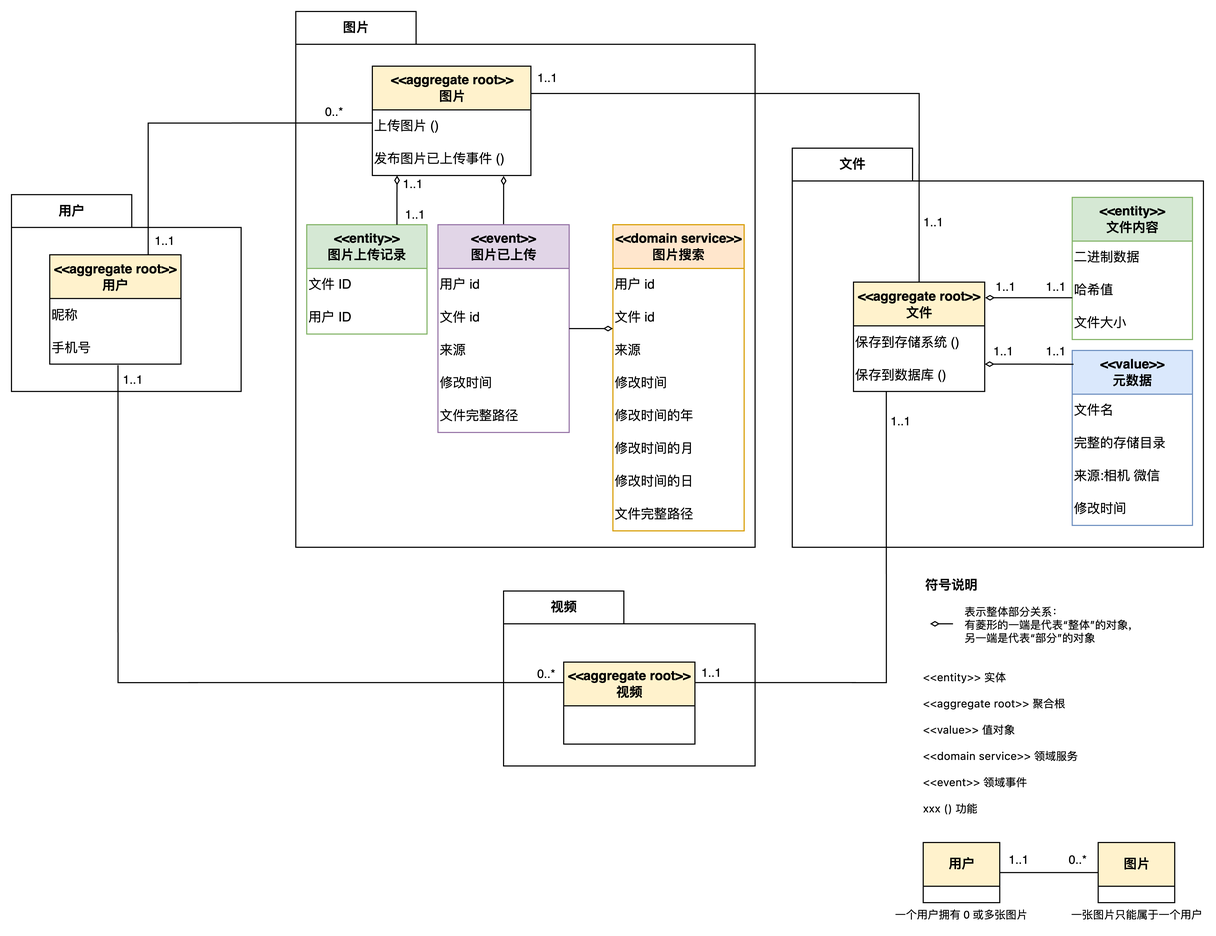
Above: docs/images/领域模型.png in aoeai/aoemedia-server (draw.io), before the change. Source tidied: cells renumbered, new cells last; positions are measured from the earlier drawing's top-left corner, leaving out a move shared by most shapes.
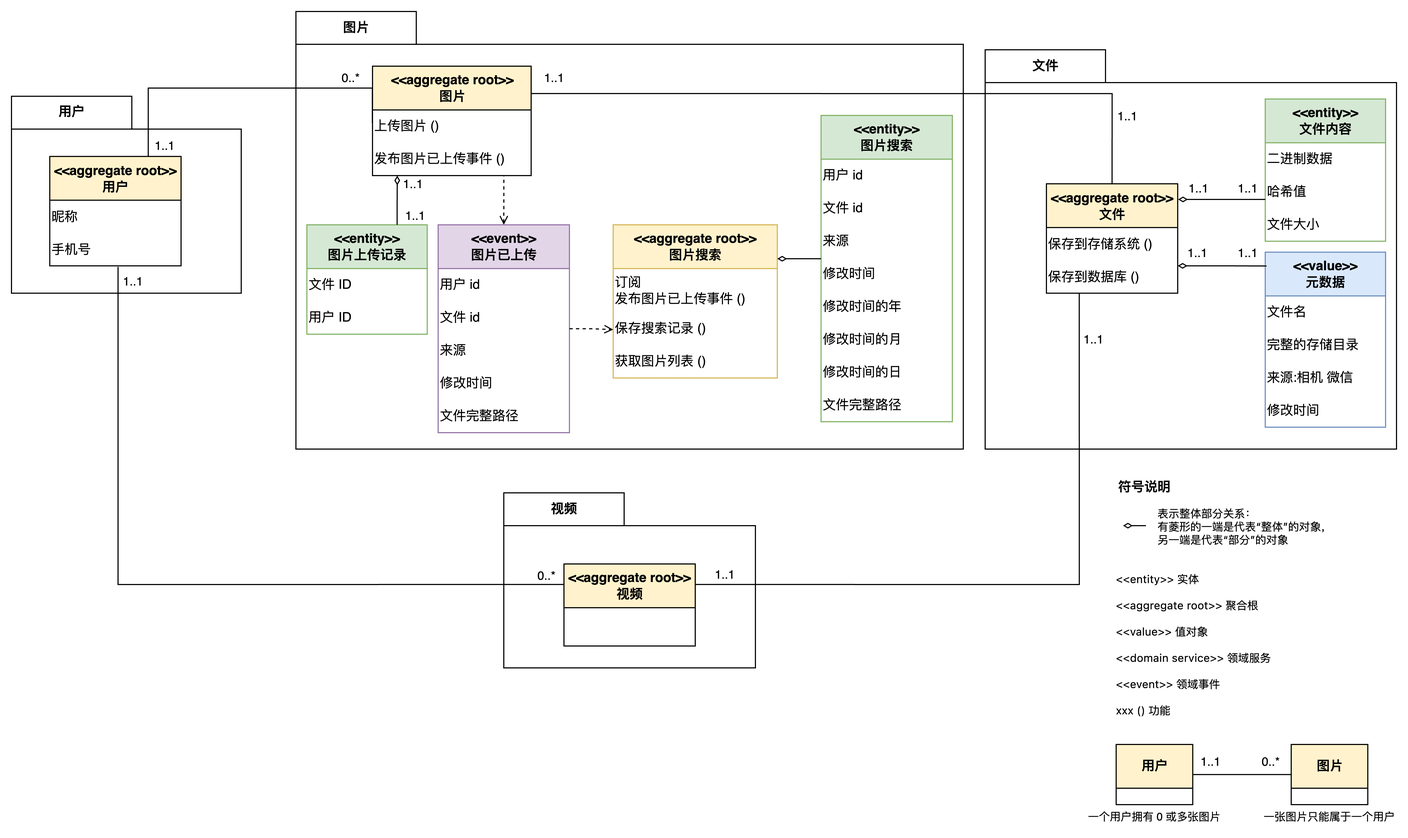
Above is the later version.

Diff of the diagram source:
```diff
@@ -3,13 +3,13 @@
     <mxCell id="0" />
     <mxCell id="1" parent="0" />
     <mxCell id="2" value="图片" style="shape=folder;fontStyle=1;tabWidth=110;tabHeight=30;tabPosition=left;html=1;boundedLbl=1;labelInHeader=1;fontSize=12;" parent="1" vertex="1">
-      <mxGeometry x="260" width="420" height="490" as="geometry" />
+      <mxGeometry x="84" y="90" width="610" height="400" as="geometry" />
     </mxCell>
     <mxCell id="3" value="文件" style="shape=folder;fontStyle=1;tabWidth=110;tabHeight=30;tabPosition=left;html=1;boundedLbl=1;labelInHeader=1;fontSize=12;" parent="1" vertex="1">
       <mxGeometry x="714" y="125" width="376" height="365" as="geometry" />
     </mxCell>
     <mxCell id="4" value="视频" style="shape=folder;fontStyle=1;tabWidth=110;tabHeight=30;tabPosition=left;html=1;boundedLbl=1;labelInHeader=1;fontSize=12;" parent="1" vertex="1">
-      <mxGeometry x="450" y="530" width="230" height="160" as="geometry" />
+      <mxGeometry x="274" y="530" width="230" height="160" as="geometry" />
     </mxCell>
     <mxCell id="5" style="html=1;strokeColor=none;fillColor=none;fontSize=12;rotation=90;" parent="4" vertex="1">
       <mxGeometry width="230" height="112" relative="1" as="geometry">
@@ -46,12 +46,12 @@
       </mxGeometry>
     </mxCell>
     <mxCell id="13" value="用户" style="shape=folder;fontStyle=1;tabWidth=110;tabHeight=30;tabPosition=left;html=1;boundedLbl=1;labelInHeader=1;fontSize=12;" parent="1" vertex="1">
-      <mxGeometry y="167.5" width="210" height="180" as="geometry" />
+      <mxGeometry x="-176" y="167.5" width="210" height="180" as="geometry" />
     </mxCell>
     <mxCell id="14" style="edgeStyle=orthogonalEdgeStyle;rounded=0;jettySize=auto;html=1;exitX=0;exitY=0.25;exitDx=0;exitDy=0;entryX=0.52;entryY=1.03;entryDx=0;entryDy=0;entryPerimeter=0;endArrow=none;endFill=0;startFill=0;" parent="1" edge="1" source="6" target="19">
       <mxGeometry relative="1" as="geometry">
         <Array as="points">
-          <mxPoint x="97" y="614" />
+          <mxPoint x="-79" y="614" />
         </Array>
       </mxGeometry>
     </mxCell>
@@ -66,7 +66,7 @@
       </mxGeometry>
     </mxCell>
     <mxCell id="17" value="&lt;div style=&quot;&quot;&gt;&lt;span style=&quot;color: light-dark(rgb(0, 0, 0), rgb(255, 255, 255)); background-color: rgb(255, 243, 204);&quot;&gt;&lt;b&gt;&amp;lt;&amp;lt;aggregate root&lt;/b&gt;&lt;/span&gt;&lt;b style=&quot;background-color: transparent; color: light-dark(rgb(0, 0, 0), rgb(255, 255, 255));&quot;&gt;&amp;gt;&amp;gt;&lt;/b&gt;&lt;/div&gt;&lt;div style=&quot;&quot;&gt;&lt;b style=&quot;background-color: transparent; color: light-dark(rgb(0, 0, 0), rgb(255, 255, 255));&quot;&gt;用户&lt;/b&gt;&lt;br&gt;&lt;/div&gt;" style="swimlane;fontStyle=0;align=center;verticalAlign=middle;horizontal=1;startSize=40;html=1;fillColor=#fff2cc;strokeColor=#000000;" parent="1" vertex="1">
-      <mxGeometry x="35" y="222.5" width="120" height="100" as="geometry" />
+      <mxGeometry x="-141" y="222.5" width="120" height="100" as="geometry" />
     </mxCell>
     <mxCell id="18" value="昵称" style="text;html=1;align=left;verticalAlign=middle;strokeColor=none;fillColor=none;" parent="17" vertex="1">
       <mxGeometry y="40" width="120" height="30" as="geometry" />
@@ -74,11 +74,11 @@
     <mxCell id="19" value="手机号" style="text;html=1;align=left;verticalAlign=middle;points=[];strokeColor=none;fillColor=none;" parent="17" vertex="1">
       <mxGeometry y="70" width="120" height="30" as="geometry" />
     </mxCell>
-    <mxCell id="20" style="edgeStyle=orthogonalEdgeStyle;rounded=0;jettySize=auto;html=1;exitX=0.5;exitY=0;exitDx=0;exitDy=0;entryX=0.828;entryY=1.013;entryDx=0;entryDy=0;endArrow=diamondThin;endFill=0;strokeWidth=1;entryPerimeter=0;" parent="1" edge="1" source="21" target="29">
+    <mxCell id="20" style="edgeStyle=orthogonalEdgeStyle;rounded=0;jettySize=auto;html=1;exitX=0.5;exitY=0;exitDx=0;exitDy=0;entryX=0.828;entryY=1.013;entryDx=0;entryDy=0;endArrow=none;endFill=0;strokeWidth=1;entryPerimeter=0;startFill=0;dashed=1;startArrow=open;" parent="1" edge="1" source="21" target="29">
       <mxGeometry relative="1" as="geometry" />
     </mxCell>
     <mxCell id="21" value="&lt;div style=&quot;&quot;&gt;&lt;span style=&quot;background-color: transparent;&quot;&gt;&lt;b&gt;&amp;lt;&amp;lt;event&amp;gt;&amp;gt;&lt;/b&gt;&lt;/span&gt;&lt;/div&gt;&lt;div style=&quot;&quot;&gt;&lt;b style=&quot;background-color: transparent; color: light-dark(rgb(0, 0, 0), rgb(255, 255, 255));&quot;&gt;图片已上传&lt;/b&gt;&lt;/div&gt;" style="swimlane;fontStyle=0;align=center;verticalAlign=middle;horizontal=1;startSize=40;html=1;fillColor=#e1d5e7;strokeColor=#9673a6;" parent="1" vertex="1">
-      <mxGeometry x="390" y="195" width="120" height="190" as="geometry" />
+      <mxGeometry x="214" y="285" width="120" height="190" as="geometry" />
     </mxCell>
     <mxCell id="22" value="用户 id" style="text;html=1;align=left;verticalAlign=middle;strokeColor=none;fillColor=none;" parent="21" vertex="1">
       <mxGeometry y="40" width="120" height="30" as="geometry" />
@@ -96,7 +96,7 @@
       <mxGeometry y="160" width="120" height="30" as="geometry" />
     </mxCell>
     <mxCell id="27" value="&lt;div style=&quot;&quot;&gt;&lt;div&gt;&lt;span style=&quot;color: light-dark(rgb(0, 0, 0), rgb(255, 255, 255)); background-color: rgb(255, 243, 204);&quot;&gt;&lt;b&gt;&amp;lt;&amp;lt;aggregate root&lt;/b&gt;&lt;/span&gt;&lt;b style=&quot;background-color: transparent; color: light-dark(rgb(0, 0, 0), rgb(255, 255, 255));&quot;&gt;&amp;gt;&amp;gt;&lt;/b&gt;&lt;/div&gt;&lt;div&gt;&lt;b style=&quot;color: light-dark(rgb(0, 0, 0), rgb(255, 255, 255));&quot;&gt;图片&lt;/b&gt;&lt;br&gt;&lt;/div&gt;&lt;/div&gt;" style="swimlane;fontStyle=0;align=center;verticalAlign=middle;horizontal=1;startSize=40;html=1;fillColor=#FFF2CC;strokeColor=#000000;" parent="1" vertex="1">
-      <mxGeometry x="330" y="50" width="145" height="100" as="geometry" />
+      <mxGeometry x="154" y="140" width="145" height="100" as="geometry" />
     </mxCell>
     <mxCell id="28" value="上传图片 ()" style="text;html=1;align=left;verticalAlign=middle;whiteSpace=wrap;rounded=0;" parent="27" vertex="1">
       <mxGeometry y="40" width="145" height="30" as="geometry" />
@@ -104,33 +104,18 @@
     <mxCell id="29" value="发布图片已上传事件 ()" style="text;html=1;align=left;verticalAlign=middle;whiteSpace=wrap;rounded=0;" parent="27" vertex="1">
       <mxGeometry y="70" width="145" height="30" as="geometry" />
     </mxCell>
-    <mxCell id="30" value="&lt;div style=&quot;&quot;&gt;&lt;b&gt;&amp;lt;&amp;lt;domain service&amp;gt;&amp;gt;&lt;/b&gt;&lt;/div&gt;&lt;div style=&quot;&quot;&gt;&lt;span style=&quot;font-weight: 700;&quot;&gt;图片搜索&lt;/span&gt;&lt;br&gt;&lt;/div&gt;" style="swimlane;fontStyle=0;align=center;verticalAlign=middle;horizontal=1;startSize=40;html=1;fillColor=#ffe6cc;strokeColor=#d79b00;" parent="1" vertex="1">
-      <mxGeometry x="550" y="195" width="120" height="280" as="geometry" />
+    <mxCell id="30" value="&lt;div style=&quot;&quot;&gt;&lt;b&gt;&amp;lt;&amp;lt;&lt;/b&gt;&lt;b&gt;aggregate root&lt;/b&gt;&lt;b&gt;&amp;gt;&amp;gt;&lt;/b&gt;&lt;/div&gt;&lt;div style=&quot;&quot;&gt;&lt;span style=&quot;font-weight: 700;&quot;&gt;图片搜索&lt;/span&gt;&lt;br&gt;&lt;/div&gt;" style="swimlane;fontStyle=0;align=center;verticalAlign=middle;horizontal=1;startSize=40;html=1;fillColor=#fff2cc;strokeColor=#d6b656;" parent="1" vertex="1">
+      <mxGeometry x="374" y="285" width="150" height="140" as="geometry" />
     </mxCell>
-    <mxCell id="31" value="用户 id" style="text;html=1;align=left;verticalAlign=middle;strokeColor=none;fillColor=none;" parent="30" vertex="1">
-      <mxGeometry y="40" width="120" height="30" as="geometry" />
+    <mxCell id="31" value="订阅&lt;div&gt;发&lt;span style=&quot;background-color: transparent; color: light-dark(rgb(0, 0, 0), rgb(255, 255, 255));&quot;&gt;布图片已上传事件 ()&lt;/span&gt;&lt;/div&gt;" style="text;html=1;align=left;verticalAlign=middle;strokeColor=none;fillColor=none;" parent="30" vertex="1">
+      <mxGeometry y="40" width="150" height="40" as="geometry" />
     </mxCell>
-    <mxCell id="32" value="文件 id" style="text;html=1;align=left;verticalAlign=middle;points=[];strokeColor=none;fillColor=none;" parent="30" vertex="1">
-      <mxGeometry y="70" width="120" height="30" as="geometry" />
+    <mxCell id="32" value="保存搜索记录 ()" style="text;html=1;align=left;verticalAlign=middle;points=[];strokeColor=none;fillColor=none;" parent="30" vertex="1">
+      <mxGeometry y="80" width="150" height="30" as="geometry" />
     </mxCell>
-    <mxCell id="33" value="来源" style="text;html=1;align=left;verticalAlign=middle;strokeColor=none;fillColor=none;" parent="30" vertex="1">
-      <mxGeometry y="100" width="120" height="30" as="geometry" />
+    <mxCell id="33" value="获取图片列表 ()" style="text;html=1;align=left;verticalAlign=middle;strokeColor=none;fillColor=none;" parent="30" vertex="1">
+      <mxGeometry y="110" width="150" height="30" as="geometry" />
     </mxCell>
-    <mxCell id="34" value="修改时间" style="text;html=1;align=left;verticalAlign=middle;strokeColor=none;fillColor=none;" parent="30" vertex="1">
-      <mxGeometry y="130" width="120" height="30" as="geometry" />
-    </mxCell>
-    <mxCell id="35" value="修改时间的年" style="text;html=1;align=left;verticalAlign=middle;strokeColor=none;fillColor=none;" parent="30" vertex="1">
-      <mxGeometry y="160" width="120" height="30" as="geometry" />
-    </mxCell>
-    <mxCell id="36" value="修改时间的月" style="text;html=1;align=left;verticalAlign=middle;strokeColor=none;fillColor=none;" parent="30" vertex="1">
-      <mxGeometry y="190" width="120" height="30" as="geometry" />
-    </mxCell>
-    <mxCell id="37" value="修改时间的日" style="text;html=1;align=left;verticalAlign=middle;strokeColor=none;fillColor=none;" parent="30" vertex="1">
-      <mxGeometry y="220" width="120" height="30" as="geometry" />
-    </mxCell>
-    <mxCell id="38" value="文件完整路径" style="text;html=1;align=left;verticalAlign=middle;strokeColor=none;fillColor=none;" parent="30" vertex="1">
-      <mxGeometry y="250" width="120" height="30" as="geometry" />
-    </mxCell>
     <mxCell id="39" style="edgeStyle=orthogonalEdgeStyle;rounded=0;orthogonalLoop=1;jettySize=auto;html=1;endArrow=none;startFill=0;startArrow=diamondThin;targetPerimeterSpacing=0;sourcePerimeterSpacing=0;exitX=1.003;exitY=0.488;exitDx=0;exitDy=0;exitPerimeter=0;" parent="1" edge="1">
       <mxGeometry relative="1" as="geometry">
         <mxPoint x="840" y="560" as="sourcePoint" />
@@ -234,7 +219,7 @@
       </mxGeometry>
     </mxCell>
     <mxCell id="68" value="&lt;div style=&quot;&quot;&gt;&lt;b style=&quot;color: light-dark(rgb(0, 0, 0), rgb(255, 255, 255));&quot;&gt;&amp;lt;&amp;lt;entity&amp;gt;&amp;gt;&lt;/b&gt;&lt;/div&gt;&lt;div style=&quot;&quot;&gt;&lt;b style=&quot;color: light-dark(rgb(0, 0, 0), rgb(255, 255, 255));&quot;&gt;图片上传记录&lt;/b&gt;&lt;br&gt;&lt;/div&gt;" style="swimlane;fontStyle=0;align=center;verticalAlign=middle;horizontal=1;startSize=40;html=1;fillColor=#d5e8d4;strokeColor=#82b366;" parent="1" vertex="1">
-      <mxGeometry x="270" y="195" width="110" height="100" as="geometry" />
+      <mxGeometry x="94" y="285" width="110" height="100" as="geometry" />
     </mxCell>
     <mxCell id="69" value="文件 ID" style="text;html=1;align=left;verticalAlign=middle;strokeColor=none;fillColor=none;" parent="68" vertex="1">
       <mxGeometry y="40" width="110" height="30" as="geometry" />
@@ -256,11 +241,16 @@
       </mxGeometry>
     </mxCell>
     <mxCell id="74" style="edgeStyle=orthogonalEdgeStyle;rounded=0;jettySize=auto;html=1;exitX=0.75;exitY=0;exitDx=0;exitDy=0;endArrow=none;startFill=0;entryX=-0.001;entryY=0.4;entryDx=0;entryDy=0;entryPerimeter=0;" parent="1" edge="1" source="17" target="28">
-      <mxGeometry relative="1" as="geometry" />
+      <mxGeometry relative="1" as="geometry">
+        <Array as="points">
+          <mxPoint x="-51" y="160" />
+          <mxPoint x="154" y="160" />
+        </Array>
+      </mxGeometry>
     </mxCell>
     <mxCell id="75" value="0..*" style="edgeLabel;html=1;align=center;verticalAlign=middle;" parent="74" vertex="1">
       <mxGeometry x="0.79" relative="1" as="geometry">
-        <mxPoint y="-10" as="offset" />
+        <mxPoint x="-20" y="-10" as="offset" />
       </mxGeometry>
     </mxCell>
     <mxCell id="76" value="1..1" style="edgeLabel;html=1;align=center;verticalAlign=middle;" parent="74" vertex="1">
@@ -268,8 +258,44 @@
         <mxPoint x="17" y="28" as="offset" />
       </mxGeometry>
     </mxCell>
-    <mxCell id="77" style="edgeStyle=orthogonalEdgeStyle;rounded=0;jettySize=auto;html=1;entryX=0;entryY=0.833;entryDx=0;entryDy=0;entryPerimeter=0;endArrow=diamondThin;endFill=0;" parent="1" edge="1" source="21" target="32">
+    <mxCell id="77" style="edgeStyle=orthogonalEdgeStyle;rounded=0;jettySize=auto;html=1;entryX=0;entryY=0.525;entryDx=0;entryDy=0;entryPerimeter=0;endArrow=open;endFill=0;dashed=1;" parent="1" edge="1" source="21" target="32">
       <mxGeometry relative="1" as="geometry" />
     </mxCell>
+    <mxCell id="78" value="&lt;div style=&quot;&quot;&gt;&lt;b&gt;&amp;lt;&amp;lt;&lt;/b&gt;&lt;b&gt;entity&lt;/b&gt;&lt;b&gt;&amp;gt;&amp;gt;&lt;/b&gt;&lt;/div&gt;&lt;div style=&quot;&quot;&gt;&lt;span style=&quot;font-weight: 700;&quot;&gt;图片搜索&lt;/span&gt;&lt;br&gt;&lt;/div&gt;" style="swimlane;fontStyle=0;align=center;verticalAlign=middle;horizontal=1;startSize=40;html=1;fillColor=#d5e8d4;strokeColor=#82b366;" parent="1" vertex="1">
+      <mxGeometry x="564" y="185" width="120" height="280" as="geometry" />
+    </mxCell>
+    <mxCell id="79" value="用户 id" style="text;html=1;align=left;verticalAlign=middle;strokeColor=none;fillColor=none;" parent="78" vertex="1">
+      <mxGeometry y="40" width="120" height="30" as="geometry" />
+    </mxCell>
+    <mxCell id="80" value="文件 id" style="text;html=1;align=left;verticalAlign=middle;strokeColor=none;fillColor=none;" parent="78" vertex="1">
+      <mxGeometry y="70" width="120" height="30" as="geometry" />
+    </mxCell>
+    <mxCell id="81" value="来源" style="text;html=1;align=left;verticalAlign=middle;strokeColor=none;fillColor=none;" parent="78" vertex="1">
+      <mxGeometry y="100" width="120" height="30" as="geometry" />
+    </mxCell>
+    <mxCell id="34" value="修改时间" style="text;html=1;align=left;verticalAlign=middle;strokeColor=none;fillColor=none;" parent="78" vertex="1">
+      <mxGeometry y="130" width="120" height="30" as="geometry" />
+    </mxCell>
+    <mxCell id="35" value="修改时间的年" style="text;html=1;align=left;verticalAlign=middle;strokeColor=none;fillColor=none;" parent="78" vertex="1">
+      <mxGeometry y="160" width="120" height="30" as="geometry" />
+    </mxCell>
+    <mxCell id="36" value="修改时间的月" style="text;html=1;align=left;verticalAlign=middle;strokeColor=none;fillColor=none;" parent="78" vertex="1">
+      <mxGeometry y="190" width="120" height="30" as="geometry" />
+    </mxCell>
+    <mxCell id="37" value="修改时间的日" style="text;html=1;align=left;verticalAlign=middle;strokeColor=none;fillColor=none;" parent="78" vertex="1">
+      <mxGeometry y="220" width="120" height="30" as="geometry" />
+    </mxCell>
+    <mxCell id="38" value="文件完整路径" style="text;html=1;align=left;verticalAlign=middle;strokeColor=none;fillColor=none;" parent="78" vertex="1">
+      <mxGeometry y="250" width="120" height="30" as="geometry" />
+    </mxCell>
+    <mxCell id="82" style="edgeStyle=orthogonalEdgeStyle;rounded=0;jettySize=auto;html=1;endArrow=diamondThin;endFill=0;" parent="1" edge="1" source="78">
+      <mxGeometry relative="1" as="geometry">
+        <mxPoint x="524" y="316" as="targetPoint" />
+        <Array as="points">
+          <mxPoint x="554" y="316" />
+          <mxPoint x="554" y="316" />
+        </Array>
+      </mxGeometry>
+    </mxCell>
   </root>
 </mxGraphModel>
```
